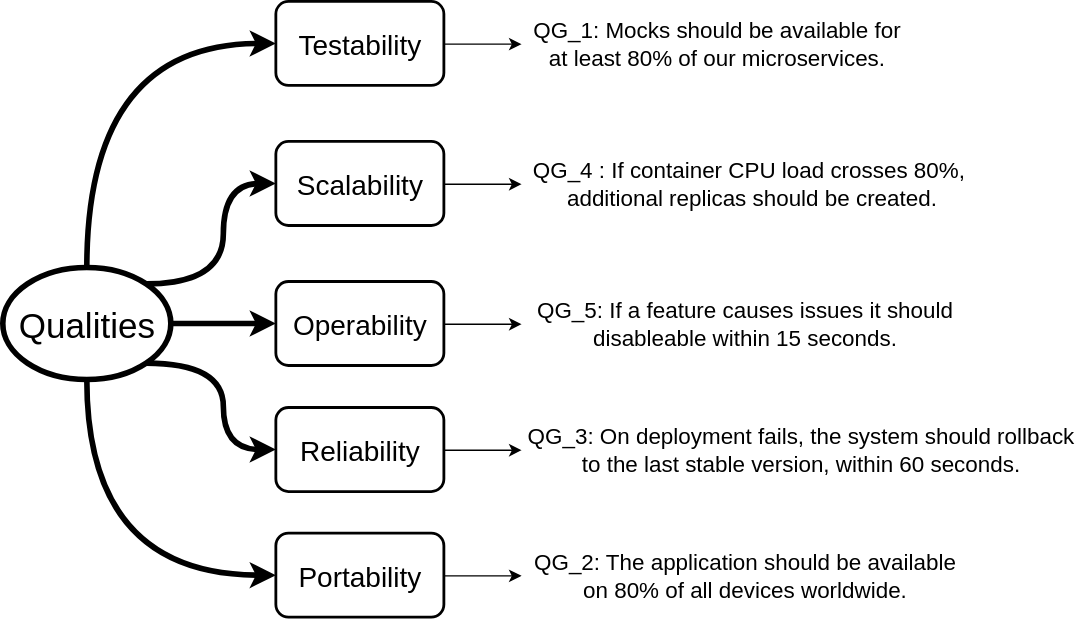
Above: images/SWARC_Quality_Tree.drawio.svg in Z1rael/swa (draw.io), before the change. Source tidied: cells renumbered, new cells last; positions are measured from the earlier drawing's top-left corner, leaving out a move shared by most shapes.
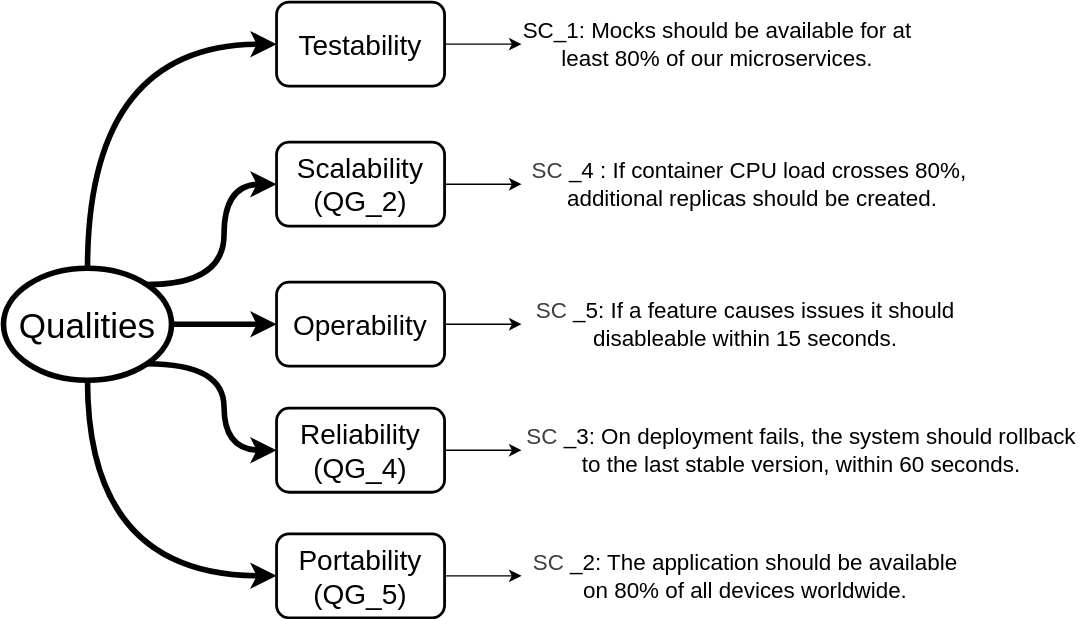
After the change.

Commit message:
Basic 10 Quality added

Scenarios are still missing

The edit, as a diff of the source:
```diff
@@ -33,7 +33,7 @@
     <mxCell id="10" style="edgeStyle=orthogonalEdgeStyle;rounded=0;jettySize=auto;html=1;exitX=1;exitY=0.5;exitDx=0;exitDy=0;" parent="1" edge="1" source="11" target="20">
       <mxGeometry relative="1" as="geometry" />
     </mxCell>
-    <mxCell id="11" value="&lt;font style=&quot;font-size: 20px;&quot;&gt;Scalability&lt;/font&gt;" style="rounded=1;whiteSpace=wrap;html=1;strokeWidth=2;" parent="1" vertex="1">
+    <mxCell id="11" value="&lt;font style=&quot;font-size: 20px;&quot;&gt;Scalability (QG_2)&lt;/font&gt;" style="rounded=1;whiteSpace=wrap;html=1;strokeWidth=2;" parent="1" vertex="1">
       <mxGeometry x="195" y="100" width="120" height="60" as="geometry" />
     </mxCell>
     <mxCell id="12" style="edgeStyle=orthogonalEdgeStyle;rounded=0;jettySize=auto;html=1;exitX=1;exitY=0.5;exitDx=0;exitDy=0;entryX=0;entryY=0.5;entryDx=0;entryDy=0;" parent="1" edge="1" source="13" target="22">
@@ -45,28 +45,28 @@
     <mxCell id="14" style="edgeStyle=orthogonalEdgeStyle;rounded=0;jettySize=auto;html=1;exitX=1;exitY=0.5;exitDx=0;exitDy=0;" parent="1" edge="1" source="15" target="18">
       <mxGeometry relative="1" as="geometry" />
     </mxCell>
-    <mxCell id="15" value="&lt;font style=&quot;font-size: 20px;&quot;&gt;Reliability&lt;/font&gt;" style="rounded=1;whiteSpace=wrap;html=1;strokeWidth=2;" parent="1" vertex="1">
+    <mxCell id="15" value="&lt;font style=&quot;font-size: 20px;&quot;&gt;Reliability&lt;/font&gt;&lt;div&gt;&lt;font style=&quot;font-size: 20px;&quot;&gt;(QG_4)&lt;/font&gt;&lt;/div&gt;" style="rounded=1;whiteSpace=wrap;html=1;strokeWidth=2;" parent="1" vertex="1">
       <mxGeometry x="195" y="290" width="120" height="60" as="geometry" />
     </mxCell>
     <mxCell id="16" style="edgeStyle=orthogonalEdgeStyle;rounded=0;jettySize=auto;html=1;" parent="1" edge="1" source="17" target="19">
       <mxGeometry relative="1" as="geometry" />
     </mxCell>
-    <mxCell id="17" value="&lt;font style=&quot;font-size: 20px;&quot;&gt;Portability&lt;/font&gt;" style="rounded=1;whiteSpace=wrap;html=1;strokeWidth=2;" parent="1" vertex="1">
+    <mxCell id="17" value="&lt;font style=&quot;font-size: 20px;&quot;&gt;Portability&lt;/font&gt;&lt;div&gt;&lt;font style=&quot;font-size: 20px;&quot;&gt;(QG_5)&lt;/font&gt;&lt;/div&gt;" style="rounded=1;whiteSpace=wrap;html=1;strokeWidth=2;" parent="1" vertex="1">
       <mxGeometry x="195" y="379.7" width="120" height="60" as="geometry" />
     </mxCell>
-    <mxCell id="18" value="&lt;font style=&quot;font-size: 16px;&quot;&gt;QG_3:&amp;nbsp;On deployment fails, the system should rollback to the last stable version, within 60 seconds.&lt;/font&gt;" style="text;html=1;whiteSpace=wrap;strokeColor=none;fillColor=none;align=center;verticalAlign=middle;rounded=0;" parent="1" vertex="1">
+    <mxCell id="18" value="&lt;font style=&quot;font-size: 16px;&quot;&gt;&lt;span style=&quot;color: rgb(63, 63, 63);&quot;&gt;SC&lt;/span&gt;_3:&amp;nbsp;On deployment fails, the system should rollback to the last stable version, within 60 seconds.&lt;/font&gt;" style="text;html=1;whiteSpace=wrap;strokeColor=none;fillColor=none;align=center;verticalAlign=middle;rounded=0;" parent="1" vertex="1">
       <mxGeometry x="370" y="305" width="400" height="30" as="geometry" />
     </mxCell>
-    <mxCell id="19" value="&lt;span style=&quot;font-size: 16px;&quot;&gt;QG_2: The application should be available on 80% of all devices worldwide.&lt;/span&gt;" style="text;html=1;whiteSpace=wrap;strokeColor=none;fillColor=none;align=center;verticalAlign=middle;rounded=0;" parent="1" vertex="1">
+    <mxCell id="19" value="&lt;span style=&quot;color: rgb(63, 63, 63); font-size: 16px;&quot;&gt;SC&lt;/span&gt;&lt;span style=&quot;font-size: 16px;&quot;&gt;_2: The application should be available on 80% of all devices worldwide.&lt;/span&gt;" style="text;html=1;whiteSpace=wrap;strokeColor=none;fillColor=none;align=center;verticalAlign=middle;rounded=0;" parent="1" vertex="1">
       <mxGeometry x="370" y="394.7" width="320" height="30" as="geometry" />
     </mxCell>
-    <mxCell id="20" value="&lt;font style=&quot;font-size: 16px;&quot;&gt;QG_4 : If container CPU load crosses 80%,&amp;nbsp; additional replicas should be created.&lt;/font&gt;" style="text;html=1;whiteSpace=wrap;strokeColor=none;fillColor=none;align=center;verticalAlign=middle;rounded=0;" parent="1" vertex="1">
+    <mxCell id="20" value="&lt;font style=&quot;font-size: 16px;&quot;&gt;&lt;span style=&quot;color: rgb(63, 63, 63);&quot;&gt;SC&lt;/span&gt;_4 : If container CPU load crosses 80%,&amp;nbsp; additional replicas should be created.&lt;/font&gt;" style="text;html=1;whiteSpace=wrap;strokeColor=none;fillColor=none;align=center;verticalAlign=middle;rounded=0;" parent="1" vertex="1">
       <mxGeometry x="370" y="115" width="330" height="30" as="geometry" />
     </mxCell>
-    <mxCell id="21" value="&lt;span style=&quot;font-size: 16px;&quot;&gt;QG_1: Mocks should be available for at least 80% of our microservices.&lt;/span&gt;" style="text;html=1;whiteSpace=wrap;strokeColor=none;fillColor=none;align=center;verticalAlign=middle;rounded=0;fontStyle=0;" parent="1" vertex="1">
+    <mxCell id="21" value="&lt;span style=&quot;font-size: 16px;&quot;&gt;SC_1: Mocks should be available for at least 80% of our microservices.&lt;/span&gt;" style="text;html=1;whiteSpace=wrap;strokeColor=none;fillColor=none;align=center;verticalAlign=middle;rounded=0;fontStyle=0;" parent="1" vertex="1">
       <mxGeometry x="370" y="15" width="280" height="30" as="geometry" />
     </mxCell>
-    <mxCell id="22" value="&lt;span style=&quot;font-size: 16px;&quot;&gt;QG_5: If a feature causes issues it should disableable within 15 seconds.&lt;/span&gt;" style="text;html=1;whiteSpace=wrap;strokeColor=none;fillColor=none;align=center;verticalAlign=middle;rounded=0;" parent="1" vertex="1">
+    <mxCell id="22" value="&lt;span style=&quot;color: rgb(63, 63, 63); font-size: 16px;&quot;&gt;SC&lt;/span&gt;&lt;span style=&quot;font-size: 16px;&quot;&gt;_5: If a feature causes issues it should disableable within 15 seconds.&lt;/span&gt;" style="text;html=1;whiteSpace=wrap;strokeColor=none;fillColor=none;align=center;verticalAlign=middle;rounded=0;" parent="1" vertex="1">
       <mxGeometry x="370" y="215" width="320" height="30" as="geometry" />
     </mxCell>
   </root>
```
